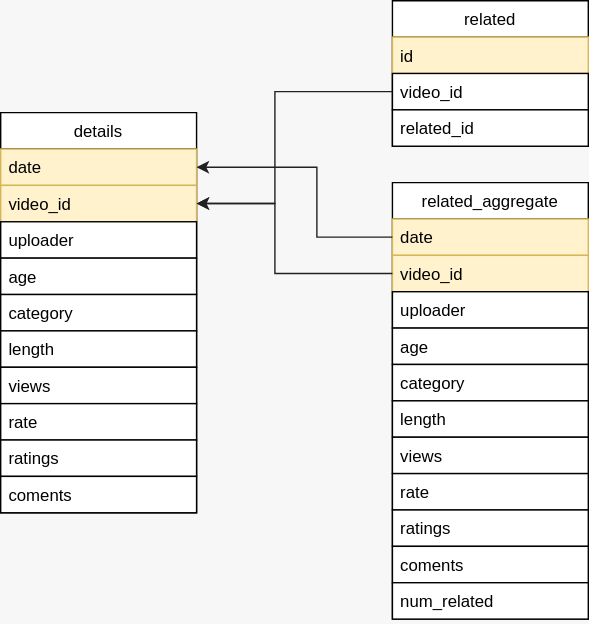
Above: doc/data_model.svg in danertor/ytgraph (draw.io), before the change. Source tidied: cells renumbered, new cells last; positions are measured from the earlier drawing's top-left corner, leaving out a move shared by most shapes.
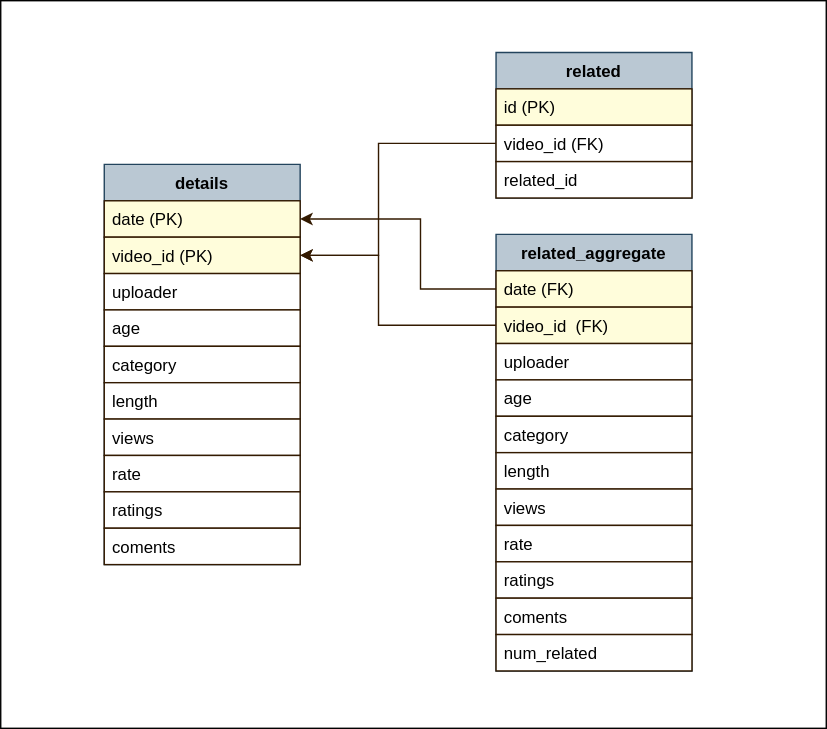
The same diagram one commit later.

Change to the diagram source:
```diff
@@ -2,88 +2,91 @@
   <root>
     <mxCell id="0" />
     <mxCell id="1" parent="0" />
+    <mxCell id="32" style="rounded=0;whiteSpace=wrap;html=1;" parent="1" vertex="1">
+      <mxGeometry x="-74" y="-37" width="590" height="520" as="geometry" />
+    </mxCell>
-    <mxCell id="2" value="details" style="swimlane;fontStyle=0;horizontal=1;startSize=26;fillColor=#FFFFFF;" parent="1" vertex="1">
+    <mxCell id="2" value="details" style="swimlane;fontStyle=1;horizontal=1;startSize=26;fillColor=#bac8d3;strokeColor=#23445d;" parent="1" vertex="1">
       <mxGeometry y="80" width="140" height="286" as="geometry" />
     </mxCell>
-    <mxCell id="3" value="date" style="text;align=left;verticalAlign=top;spacingLeft=4;spacingRight=4;overflow=hidden;points=[[0,0.5],[1,0.5]];portConstraint=eastwest;shadow=0;fillColor=#fff2cc;strokeColor=#d6b656;" parent="2" vertex="1">
+    <mxCell id="3" value="date (PK)" style="text;align=left;verticalAlign=top;spacingLeft=4;spacingRight=4;overflow=hidden;points=[[0,0.5],[1,0.5]];portConstraint=eastwest;shadow=0;fillColor=#FFFDDB;strokeColor=#331A00;" parent="2" vertex="1">
       <mxGeometry y="26" width="140" height="26" as="geometry" />
     </mxCell>
-    <mxCell id="4" value="video_id" style="text;align=left;verticalAlign=top;spacingLeft=4;spacingRight=4;overflow=hidden;points=[[0,0.5],[1,0.5]];portConstraint=eastwest;shadow=0;fillColor=#fff2cc;strokeColor=#d6b656;" parent="2" vertex="1">
+    <mxCell id="4" value="video_id (PK)" style="text;align=left;verticalAlign=top;spacingLeft=4;spacingRight=4;overflow=hidden;points=[[0,0.5],[1,0.5]];portConstraint=eastwest;shadow=0;fillColor=#FFFDDB;strokeColor=#331A00;" parent="2" vertex="1">
       <mxGeometry y="52" width="140" height="26" as="geometry" />
     </mxCell>
-    <mxCell id="5" value="uploader" style="text;align=left;verticalAlign=top;spacingLeft=4;spacingRight=4;overflow=hidden;fillColor=#FFFFFF;strokeColor=#000000;" parent="2" vertex="1">
+    <mxCell id="5" value="uploader" style="text;align=left;verticalAlign=top;spacingLeft=4;spacingRight=4;overflow=hidden;fillColor=#FFFFFF;strokeColor=#331A00;" parent="2" vertex="1">
       <mxGeometry y="78" width="140" height="26" as="geometry" />
     </mxCell>
-    <mxCell id="6" value="age" style="text;align=left;verticalAlign=top;spacingLeft=4;spacingRight=4;overflow=hidden;fillColor=#FFFFFF;strokeColor=#000000;" parent="2" vertex="1">
+    <mxCell id="6" value="age" style="text;align=left;verticalAlign=top;spacingLeft=4;spacingRight=4;overflow=hidden;fillColor=#FFFFFF;strokeColor=#331A00;" parent="2" vertex="1">
       <mxGeometry y="104" width="140" height="26" as="geometry" />
     </mxCell>
-    <mxCell id="7" value="category" style="text;align=left;verticalAlign=top;spacingLeft=4;spacingRight=4;overflow=hidden;fillColor=#FFFFFF;strokeColor=#000000;" parent="2" vertex="1">
+    <mxCell id="7" value="category" style="text;align=left;verticalAlign=top;spacingLeft=4;spacingRight=4;overflow=hidden;fillColor=#FFFFFF;strokeColor=#331A00;" parent="2" vertex="1">
       <mxGeometry y="130" width="140" height="26" as="geometry" />
     </mxCell>
-    <mxCell id="8" value="length" style="text;align=left;verticalAlign=top;spacingLeft=4;spacingRight=4;overflow=hidden;fillColor=#FFFFFF;strokeColor=#000000;" parent="2" vertex="1">
+    <mxCell id="8" value="length" style="text;align=left;verticalAlign=top;spacingLeft=4;spacingRight=4;overflow=hidden;fillColor=#FFFFFF;strokeColor=#331A00;" parent="2" vertex="1">
       <mxGeometry y="156" width="140" height="26" as="geometry" />
     </mxCell>
-    <mxCell id="9" value="views" style="text;align=left;verticalAlign=top;spacingLeft=4;spacingRight=4;overflow=hidden;fillColor=#FFFFFF;strokeColor=#000000;" parent="2" vertex="1">
+    <mxCell id="9" value="views" style="text;align=left;verticalAlign=top;spacingLeft=4;spacingRight=4;overflow=hidden;fillColor=#FFFFFF;strokeColor=#331A00;" parent="2" vertex="1">
       <mxGeometry y="182" width="140" height="26" as="geometry" />
     </mxCell>
-    <mxCell id="10" value="rate" style="text;align=left;verticalAlign=top;spacingLeft=4;spacingRight=4;overflow=hidden;fillColor=#FFFFFF;strokeColor=#000000;" parent="2" vertex="1">
+    <mxCell id="10" value="rate" style="text;align=left;verticalAlign=top;spacingLeft=4;spacingRight=4;overflow=hidden;fillColor=#FFFFFF;strokeColor=#331A00;" parent="2" vertex="1">
       <mxGeometry y="208" width="140" height="26" as="geometry" />
     </mxCell>
-    <mxCell id="11" value="ratings" style="text;align=left;verticalAlign=top;spacingLeft=4;spacingRight=4;overflow=hidden;fillColor=#FFFFFF;strokeColor=#000000;" parent="2" vertex="1">
+    <mxCell id="11" value="ratings" style="text;align=left;verticalAlign=top;spacingLeft=4;spacingRight=4;overflow=hidden;fillColor=#FFFFFF;strokeColor=#331A00;" parent="2" vertex="1">
       <mxGeometry y="234" width="140" height="26" as="geometry" />
     </mxCell>
-    <mxCell id="12" value="coments" style="text;align=left;verticalAlign=top;spacingLeft=4;spacingRight=4;overflow=hidden;fillColor=#FFFFFF;strokeColor=#000000;" parent="2" vertex="1">
+    <mxCell id="12" value="coments" style="text;align=left;verticalAlign=top;spacingLeft=4;spacingRight=4;overflow=hidden;fillColor=#FFFFFF;strokeColor=#331A00;" parent="2" vertex="1">
       <mxGeometry y="260" width="140" height="26" as="geometry" />
     </mxCell>
-    <mxCell id="13" value="related" style="swimlane;fontStyle=0;horizontal=1;startSize=26;shadow=0;fillColor=#FFFFFF;" parent="1" vertex="1">
+    <mxCell id="13" value="related" style="swimlane;fontStyle=1;horizontal=1;startSize=26;shadow=0;fillColor=#bac8d3;strokeColor=#23445d;" parent="1" vertex="1">
       <mxGeometry x="280" width="140" height="104" as="geometry" />
     </mxCell>
-    <mxCell id="14" value="id" style="text;fillColor=#fff2cc;align=left;verticalAlign=top;spacingLeft=4;spacingRight=4;overflow=hidden;strokeColor=#d6b656;" parent="13" vertex="1">
+    <mxCell id="14" value="id (PK)" style="text;align=left;verticalAlign=top;spacingLeft=4;spacingRight=4;overflow=hidden;fillColor=#FFFDDB;strokeColor=#331A00;" parent="13" vertex="1">
       <mxGeometry y="26" width="140" height="26" as="geometry" />
     </mxCell>
-    <mxCell id="15" value="video_id" style="text;align=left;verticalAlign=top;spacingLeft=4;spacingRight=4;overflow=hidden;points=[[0,0.5],[1,0.5]];portConstraint=eastwest;fillColor=#FFFFFF;strokeColor=#000000;" parent="13" vertex="1">
+    <mxCell id="15" value="video_id (FK)" style="text;align=left;verticalAlign=top;spacingLeft=4;spacingRight=4;overflow=hidden;points=[[0,0.5],[1,0.5]];portConstraint=eastwest;fillColor=#FFFFFF;strokeColor=#331A00;" parent="13" vertex="1">
       <mxGeometry y="52" width="140" height="26" as="geometry" />
     </mxCell>
-    <mxCell id="16" value="related_id" style="text;align=left;verticalAlign=top;spacingLeft=4;spacingRight=4;overflow=hidden;fillColor=#FFFFFF;strokeColor=#000000;" parent="13" vertex="1">
+    <mxCell id="16" value="related_id" style="text;align=left;verticalAlign=top;spacingLeft=4;spacingRight=4;overflow=hidden;fillColor=#FFFFFF;strokeColor=#331A00;" parent="13" vertex="1">
       <mxGeometry y="78" width="140" height="26" as="geometry" />
     </mxCell>
-    <mxCell id="17" value="related_aggregate" style="swimlane;fontStyle=0;horizontal=1;startSize=26;" parent="1" vertex="1">
+    <mxCell id="17" value="related_aggregate" style="swimlane;fontStyle=1;horizontal=1;startSize=26;strokeColor=#23445d;fillColor=#bac8d3;" parent="1" vertex="1">
       <mxGeometry x="280" y="130" width="140" height="312" as="geometry" />
     </mxCell>
-    <mxCell id="18" value="date" style="text;fillColor=#fff2cc;align=left;verticalAlign=top;spacingLeft=4;spacingRight=4;overflow=hidden;points=[[0,0.5],[1,0.5]];portConstraint=eastwest;shadow=0;strokeColor=#d6b656;" parent="17" vertex="1">
+    <mxCell id="18" value="date (FK)" style="text;align=left;verticalAlign=top;spacingLeft=4;spacingRight=4;overflow=hidden;points=[[0,0.5],[1,0.5]];portConstraint=eastwest;shadow=0;fillColor=#FFFDDB;strokeColor=#331A00;" parent="17" vertex="1">
       <mxGeometry y="26" width="140" height="26" as="geometry" />
     </mxCell>
-    <mxCell id="19" value="video_id" style="text;fillColor=#fff2cc;align=left;verticalAlign=top;spacingLeft=4;spacingRight=4;overflow=hidden;points=[[0,0.5],[1,0.5]];portConstraint=eastwest;shadow=0;strokeColor=#d6b656;" parent="17" vertex="1">
+    <mxCell id="19" value="video_id  (FK)" style="text;align=left;verticalAlign=top;spacingLeft=4;spacingRight=4;overflow=hidden;points=[[0,0.5],[1,0.5]];portConstraint=eastwest;shadow=0;fillColor=#FFFDDB;strokeColor=#331A00;" parent="17" vertex="1">
       <mxGeometry y="52" width="140" height="26" as="geometry" />
     </mxCell>
-    <mxCell id="20" value="uploader" style="text;align=left;verticalAlign=top;spacingLeft=4;spacingRight=4;overflow=hidden;fillColor=#FFFFFF;strokeColor=#000000;" parent="17" vertex="1">
+    <mxCell id="20" value="uploader" style="text;align=left;verticalAlign=top;spacingLeft=4;spacingRight=4;overflow=hidden;fillColor=#FFFFFF;strokeColor=#331A00;" parent="17" vertex="1">
       <mxGeometry y="78" width="140" height="26" as="geometry" />
     </mxCell>
-    <mxCell id="21" value="age" style="text;align=left;verticalAlign=top;spacingLeft=4;spacingRight=4;overflow=hidden;fillColor=#FFFFFF;strokeColor=#000000;" parent="17" vertex="1">
+    <mxCell id="21" value="age" style="text;align=left;verticalAlign=top;spacingLeft=4;spacingRight=4;overflow=hidden;fillColor=#FFFFFF;strokeColor=#331A00;" parent="17" vertex="1">
       <mxGeometry y="104" width="140" height="26" as="geometry" />
     </mxCell>
-    <mxCell id="22" value="category" style="text;align=left;verticalAlign=top;spacingLeft=4;spacingRight=4;overflow=hidden;fillColor=#FFFFFF;strokeColor=#000000;" parent="17" vertex="1">
+    <mxCell id="22" value="category" style="text;align=left;verticalAlign=top;spacingLeft=4;spacingRight=4;overflow=hidden;fillColor=#FFFFFF;strokeColor=#331A00;" parent="17" vertex="1">
       <mxGeometry y="130" width="140" height="26" as="geometry" />
     </mxCell>
-    <mxCell id="23" value="length" style="text;align=left;verticalAlign=top;spacingLeft=4;spacingRight=4;overflow=hidden;fillColor=#FFFFFF;strokeColor=#000000;" parent="17" vertex="1">
+    <mxCell id="23" value="length" style="text;align=left;verticalAlign=top;spacingLeft=4;spacingRight=4;overflow=hidden;fillColor=#FFFFFF;strokeColor=#331A00;" parent="17" vertex="1">
       <mxGeometry y="156" width="140" height="26" as="geometry" />
     </mxCell>
-    <mxCell id="24" value="views" style="text;align=left;verticalAlign=top;spacingLeft=4;spacingRight=4;overflow=hidden;fillColor=#FFFFFF;strokeColor=#000000;" parent="17" vertex="1">
+    <mxCell id="24" value="views" style="text;align=left;verticalAlign=top;spacingLeft=4;spacingRight=4;overflow=hidden;fillColor=#FFFFFF;strokeColor=#331A00;" parent="17" vertex="1">
       <mxGeometry y="182" width="140" height="26" as="geometry" />
     </mxCell>
-    <mxCell id="25" value="rate" style="text;align=left;verticalAlign=top;spacingLeft=4;spacingRight=4;overflow=hidden;fillColor=#FFFFFF;strokeColor=#000000;" parent="17" vertex="1">
+    <mxCell id="25" value="rate" style="text;align=left;verticalAlign=top;spacingLeft=4;spacingRight=4;overflow=hidden;fillColor=#FFFFFF;strokeColor=#331A00;" parent="17" vertex="1">
       <mxGeometry y="208" width="140" height="26" as="geometry" />
     </mxCell>
-    <mxCell id="26" value="ratings" style="text;align=left;verticalAlign=top;spacingLeft=4;spacingRight=4;overflow=hidden;fillColor=#FFFFFF;strokeColor=#000000;" parent="17" vertex="1">
+    <mxCell id="26" value="ratings" style="text;align=left;verticalAlign=top;spacingLeft=4;spacingRight=4;overflow=hidden;fillColor=#FFFFFF;strokeColor=#331A00;" parent="17" vertex="1">
       <mxGeometry y="234" width="140" height="26" as="geometry" />
     </mxCell>
-    <mxCell id="27" value="coments" style="text;align=left;verticalAlign=top;spacingLeft=4;spacingRight=4;overflow=hidden;fillColor=#FFFFFF;strokeColor=#000000;" parent="17" vertex="1">
+    <mxCell id="27" value="coments" style="text;align=left;verticalAlign=top;spacingLeft=4;spacingRight=4;overflow=hidden;fillColor=#FFFFFF;strokeColor=#331A00;" parent="17" vertex="1">
       <mxGeometry y="260" width="140" height="26" as="geometry" />
     </mxCell>
-    <mxCell id="28" value="num_related" style="text;align=left;verticalAlign=top;spacingLeft=4;spacingRight=4;overflow=hidden;fillColor=#FFFFFF;strokeColor=#000000;" parent="17" vertex="1">
+    <mxCell id="28" value="num_related" style="text;align=left;verticalAlign=top;spacingLeft=4;spacingRight=4;overflow=hidden;fillColor=#FFFFFF;strokeColor=#331A00;" parent="17" vertex="1">
       <mxGeometry y="286" width="140" height="26" as="geometry" />
     </mxCell>
-    <mxCell id="29" style="edgeStyle=orthogonalEdgeStyle;rounded=0;jettySize=auto;html=1;exitX=0;exitY=0.5;exitDx=0;exitDy=0;entryX=1;entryY=0.5;entryDx=0;entryDy=0;strokeColor=#212121;" parent="1" edge="1" source="15" target="4">
+    <mxCell id="29" style="edgeStyle=orthogonalEdgeStyle;rounded=0;jettySize=auto;html=1;exitX=0;exitY=0.5;exitDx=0;exitDy=0;entryX=1;entryY=0.5;entryDx=0;entryDy=0;strokeColor=#331A00;" parent="1" edge="1" source="15" target="4">
       <mxGeometry relative="1" as="geometry">
         <Array as="points">
           <mxPoint x="196" y="65" />
@@ -91,7 +94,7 @@
         </Array>
       </mxGeometry>
     </mxCell>
-    <mxCell id="30" style="edgeStyle=orthogonalEdgeStyle;rounded=0;jettySize=auto;html=1;exitX=0;exitY=0.5;exitDx=0;exitDy=0;entryX=1;entryY=0.5;entryDx=0;entryDy=0;strokeColor=#212121;" parent="1" edge="1" source="19" target="4">
+    <mxCell id="30" style="edgeStyle=orthogonalEdgeStyle;rounded=0;jettySize=auto;html=1;exitX=0;exitY=0.5;exitDx=0;exitDy=0;entryX=1;entryY=0.5;entryDx=0;entryDy=0;strokeColor=#331A00;" parent="1" edge="1" source="19" target="4">
       <mxGeometry relative="1" as="geometry">
         <Array as="points">
           <mxPoint x="196" y="195" />
@@ -99,7 +102,7 @@
         </Array>
       </mxGeometry>
     </mxCell>
-    <mxCell id="31" style="edgeStyle=orthogonalEdgeStyle;rounded=0;jettySize=auto;html=1;exitX=0;exitY=0.5;exitDx=0;exitDy=0;entryX=1;entryY=0.5;entryDx=0;entryDy=0;strokeColor=#212121;" parent="1" edge="1" source="18" target="3">
+    <mxCell id="31" style="edgeStyle=orthogonalEdgeStyle;rounded=0;jettySize=auto;html=1;exitX=0;exitY=0.5;exitDx=0;exitDy=0;entryX=1;entryY=0.5;entryDx=0;entryDy=0;strokeColor=#331A00;" parent="1" edge="1" source="18" target="3">
       <mxGeometry relative="1" as="geometry">
         <Array as="points">
           <mxPoint x="226" y="169" />
```
